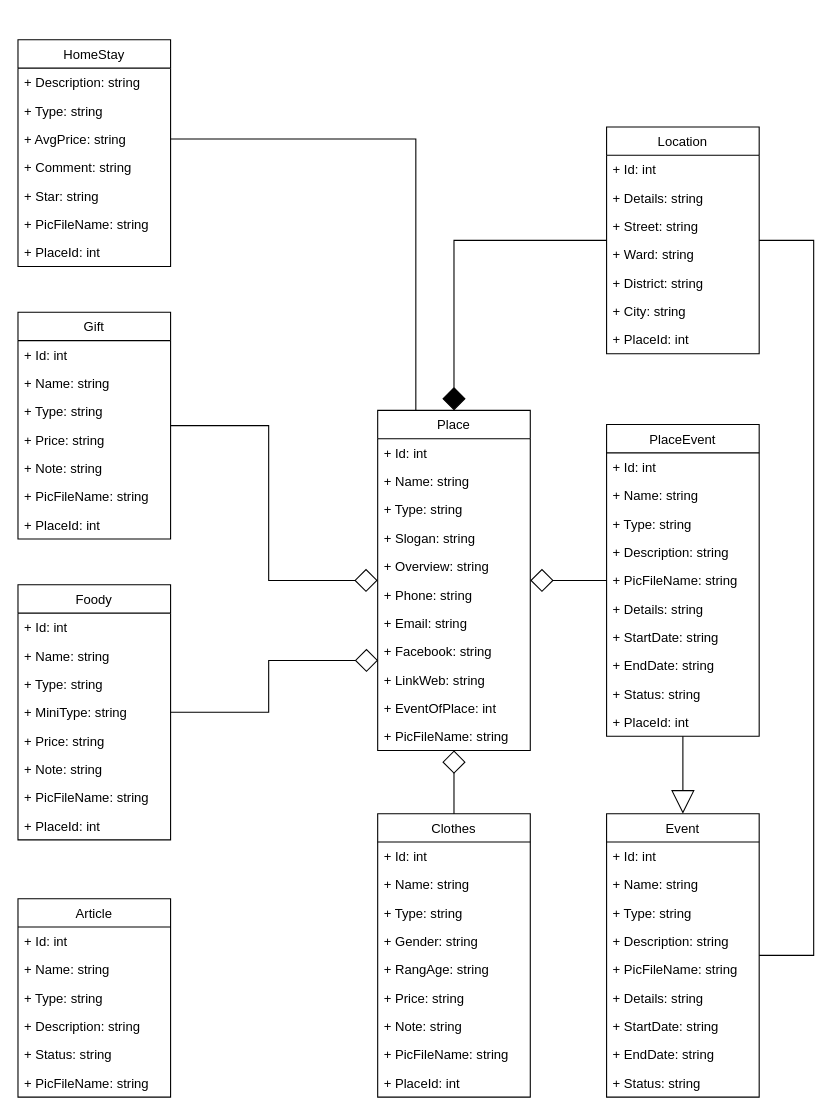
The draw.io diagram VisitVietnamClassDiagram.drawio in KhoaDQ/VisitVietnamRepo, before the edit. Source tidied: cells renumbered, new cells numbered last; positions are measured from the earlier drawing's top-left corner, leaving out a move shared by most shapes. Both pictures are drawn from the tidied source at 109%, with x=0, y=0 at pixel (17, 39).
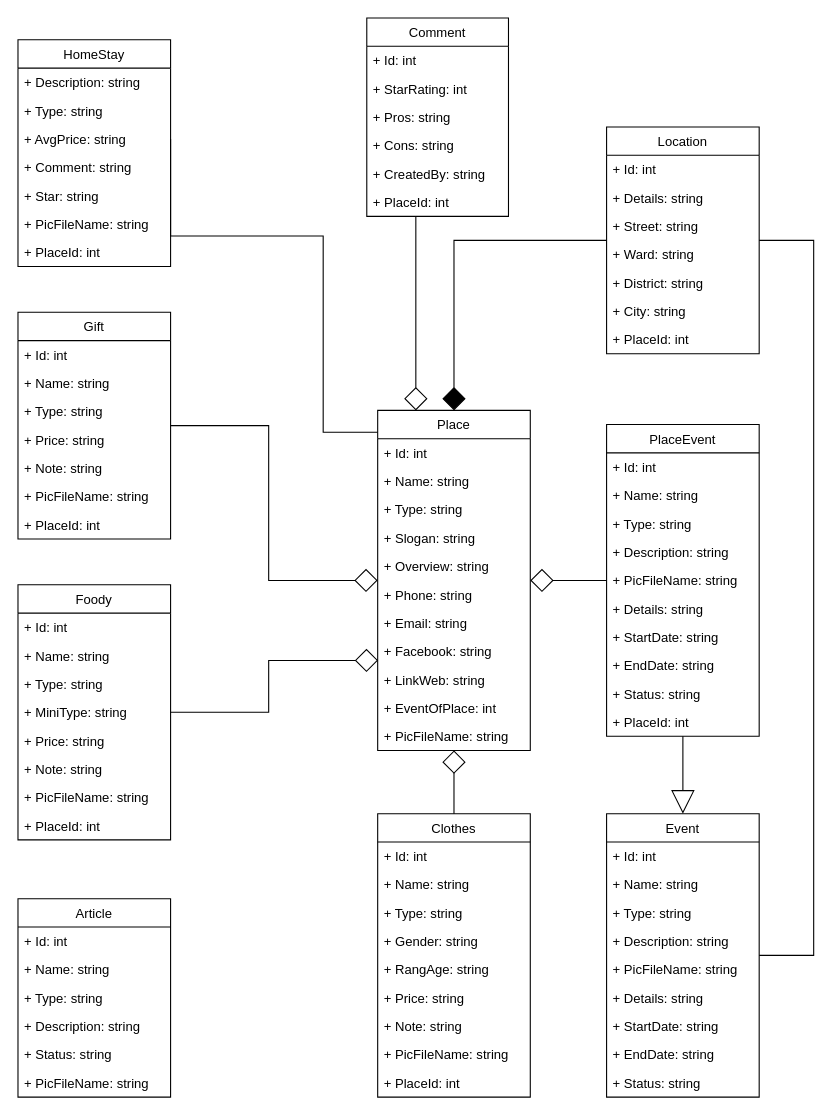
After the change.

Unchanged cells that the change refers to:
```xml
<mxCell id="2" value="Place" style="swimlane;fontStyle=0;horizontal=1;startSize=26;fillColor=none;" parent="1" vertex="1">
  <mxGeometry x="330" y="340" width="140" height="312" as="geometry" />
</mxCell>
<mxCell id="39" value="+ AvgPrice: string" style="text;strokeColor=none;fillColor=none;align=left;verticalAlign=top;spacingLeft=4;spacingRight=4;overflow=hidden;points=[[0,0.5],[1,0.5]];portConstraint=eastwest;" parent="36" vertex="1">
  <mxGeometry y="78" width="140" height="26" as="geometry" />
</mxCell>
```

Diff of the diagram source:
```diff
@@
-    <mxCell id="44" style="edgeStyle=orthogonalEdgeStyle;rounded=0;jettySize=auto;html=1;startSize=19;endArrow=none;endFill=0;endSize=19;exitX=1;exitY=0.5;exitDx=0;exitDy=0;entryX=0.25;entryY=0;entryDx=0;entryDy=0;" parent="1" edge="1" source="39" target="2">
+    <mxCell id="44" style="edgeStyle=orthogonalEdgeStyle;rounded=0;jettySize=auto;html=1;startSize=19;endArrow=none;endFill=0;endSize=19;exitX=1;exitY=0.5;exitDx=0;exitDy=0;" parent="1" edge="1" source="39" target="2">
       <mxGeometry relative="1" as="geometry">
         <Array as="points">
-          <mxPoint x="365" y="91" />
+          <mxPoint x="140" y="180" />
+          <mxPoint x="280" y="180" />
+          <mxPoint x="280" y="360" />
         </Array>
       </mxGeometry>
     </mxCell>
@@
+    <mxCell id="93" value="Comment" style="swimlane;fontStyle=0;horizontal=1;startSize=26;fillColor=none;" parent="1" vertex="1">
+      <mxGeometry x="320" y="-20" width="130" height="182" as="geometry" />
+    </mxCell>
+    <mxCell id="94" value="+ Id: int" style="text;strokeColor=none;fillColor=none;align=left;verticalAlign=top;spacingLeft=4;spacingRight=4;overflow=hidden;" parent="93" vertex="1">
+      <mxGeometry y="26" width="130" height="26" as="geometry" />
+    </mxCell>
+    <mxCell id="95" value="+ StarRating: int" style="text;strokeColor=none;fillColor=none;align=left;verticalAlign=top;spacingLeft=4;spacingRight=4;overflow=hidden;" parent="93" vertex="1">
+      <mxGeometry y="52" width="130" height="26" as="geometry" />
+    </mxCell>
+    <mxCell id="96" value="+ Pros: string" style="text;strokeColor=none;fillColor=none;align=left;verticalAlign=top;spacingLeft=4;spacingRight=4;overflow=hidden;" parent="93" vertex="1">
+      <mxGeometry y="78" width="130" height="26" as="geometry" />
+    </mxCell>
+    <mxCell id="97" value="+ Cons: string" style="text;strokeColor=none;fillColor=none;align=left;verticalAlign=top;spacingLeft=4;spacingRight=4;overflow=hidden;" parent="93" vertex="1">
+      <mxGeometry y="104" width="130" height="26" as="geometry" />
+    </mxCell>
+    <mxCell id="98" value="+ CreatedBy: string" style="text;strokeColor=none;fillColor=none;align=left;verticalAlign=top;spacingLeft=4;spacingRight=4;overflow=hidden;" parent="93" vertex="1">
+      <mxGeometry y="130" width="130" height="26" as="geometry" />
+    </mxCell>
+    <mxCell id="99" value="+ PlaceId: int" style="text;strokeColor=none;fillColor=none;align=left;verticalAlign=top;spacingLeft=4;spacingRight=4;overflow=hidden;" parent="93" vertex="1">
+      <mxGeometry y="156" width="130" height="26" as="geometry" />
+    </mxCell>
+    <mxCell id="100" style="edgeStyle=orthogonalEdgeStyle;rounded=0;jettySize=auto;html=1;endArrow=diamond;endFill=0;endSize=19;startSize=19;entryX=0.25;entryY=0;entryDx=0;entryDy=0;" parent="1" edge="1" source="93" target="2">
+      <mxGeometry relative="1" as="geometry">
+        <Array as="points">
+          <mxPoint x="365" y="200" />
+          <mxPoint x="365" y="200" />
+        </Array>
+      </mxGeometry>
+    </mxCell>
```
